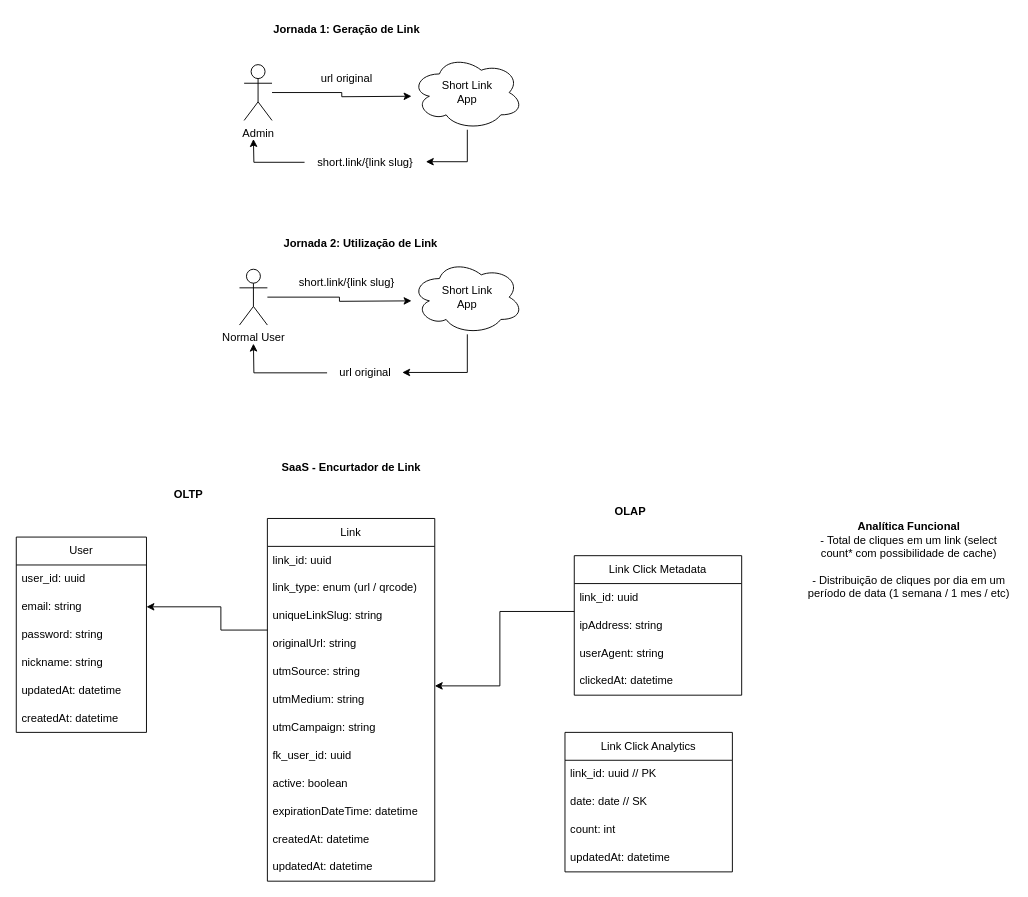
Above: page "Entities" (1 of 3) of diagrama.drawio in buildrun-tech/buildrun-encurtador-link-fbr (draw.io), before the change. Source tidied: cells renumbered, new cells numbered last; positions are measured from the earlier drawing's top-left corner, leaving out a move shared by most shapes. Both pictures are drawn from the tidied source at 93%, with x=0, y=0 at pixel (16, 16).
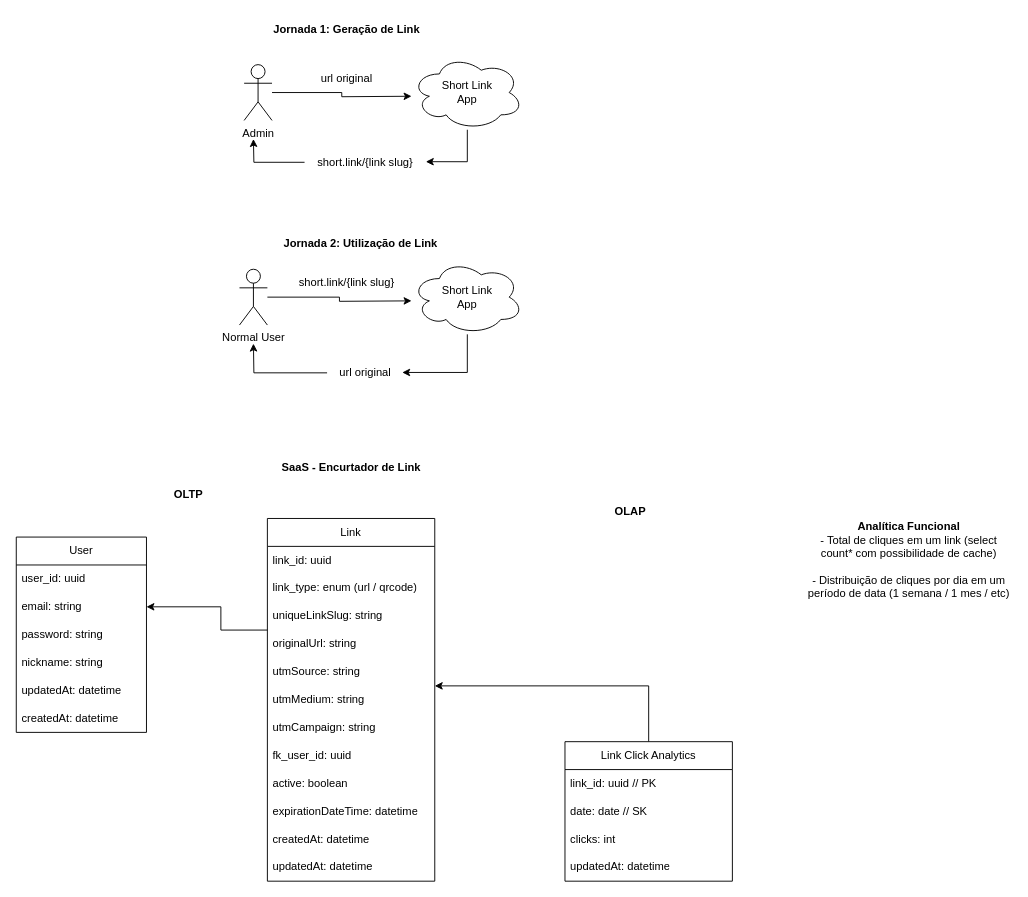
The same diagram, later.

The change refers to these unchanged cells:
```xml
<mxCell id="11" value="Link" style="swimlane;fontStyle=0;horizontal=1;startSize=30;whiteSpace=wrap;html=1;" parent="1" vertex="1">
  <mxGeometry x="270" y="540" width="180" height="390" as="geometry" />
</mxCell>
```

The edit, as a diff of the source:
```diff
@@
-    <mxCell id="40" style="edgeStyle=orthogonalEdgeStyle;rounded=0;jettySize=auto;html=1;" parent="1" edge="1" source="41" target="11">
+    <mxCell id="40" style="edgeStyle=orthogonalEdgeStyle;rounded=0;jettySize=auto;html=1;" parent="1" edge="1" source="49" target="11">
       <mxGeometry relative="1" as="geometry">
         <Array as="points">
-          <mxPoint x="520" y="640" />
-          <mxPoint x="520" y="720" />
+          <mxPoint x="680" y="720" />
         </Array>
       </mxGeometry>
     </mxCell>
-    <mxCell id="41" value="Link Click Metadata" style="swimlane;fontStyle=0;horizontal=1;startSize=30;whiteSpace=wrap;html=1;" parent="1" vertex="1">
-      <mxGeometry x="600" y="580" width="180" height="150" as="geometry" />
-    </mxCell>
-    <mxCell id="42" value="link_id: uuid" style="text;strokeColor=none;fillColor=none;align=left;verticalAlign=middle;spacingLeft=4;spacingRight=4;overflow=hidden;whiteSpace=wrap;html=1;" parent="41" vertex="1">
-      <mxGeometry y="30" width="180" height="30" as="geometry" />
-    </mxCell>
-    <mxCell id="43" value="ipAddress: string" style="text;strokeColor=none;fillColor=none;align=left;verticalAlign=middle;spacingLeft=4;spacingRight=4;overflow=hidden;whiteSpace=wrap;html=1;" parent="41" vertex="1">
-      <mxGeometry y="60" width="180" height="30" as="geometry" />
-    </mxCell>
-    <mxCell id="44" value="userAgent: string" style="text;strokeColor=none;fillColor=none;align=left;verticalAlign=middle;spacingLeft=4;spacingRight=4;overflow=hidden;whiteSpace=wrap;html=1;" parent="41" vertex="1">
-      <mxGeometry y="90" width="180" height="30" as="geometry" />
-    </mxCell>
-    <mxCell id="45" value="clickedAt: datetime" style="text;strokeColor=none;fillColor=none;align=left;verticalAlign=middle;spacingLeft=4;spacingRight=4;overflow=hidden;whiteSpace=wrap;html=1;" parent="41" vertex="1">
-      <mxGeometry y="120" width="180" height="30" as="geometry" />
-    </mxCell>
@@
     <mxCell id="49" value="Link Click Analytics" style="swimlane;fontStyle=0;horizontal=1;startSize=30;whiteSpace=wrap;html=1;" parent="1" vertex="1">
-      <mxGeometry x="590" y="770" width="180" height="150" as="geometry" />
+      <mxGeometry x="590" y="780" width="180" height="150" as="geometry" />
     </mxCell>
@@
-    <mxCell id="52" value="count: int" style="text;strokeColor=none;fillColor=none;align=left;verticalAlign=middle;spacingLeft=4;spacingRight=4;overflow=hidden;whiteSpace=wrap;html=1;" parent="49" vertex="1">
+    <mxCell id="52" value="clicks: int" style="text;strokeColor=none;fillColor=none;align=left;verticalAlign=middle;spacingLeft=4;spacingRight=4;overflow=hidden;whiteSpace=wrap;html=1;" parent="49" vertex="1">
       <mxGeometry y="90" width="180" height="30" as="geometry" />
     </mxCell>
```
